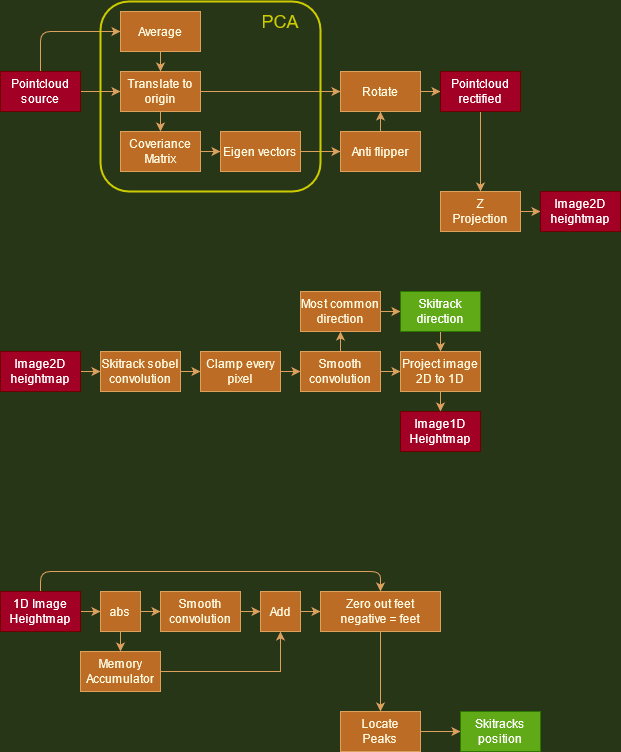
KenthJohan/lidar_skitrack keeps this draw.io diagram as skitrackalg.png. Above is the earlier version. Source tidied: cells renumbered, new cells last; positions are measured from the earlier drawing's top-left corner, leaving out a move shared by most shapes.
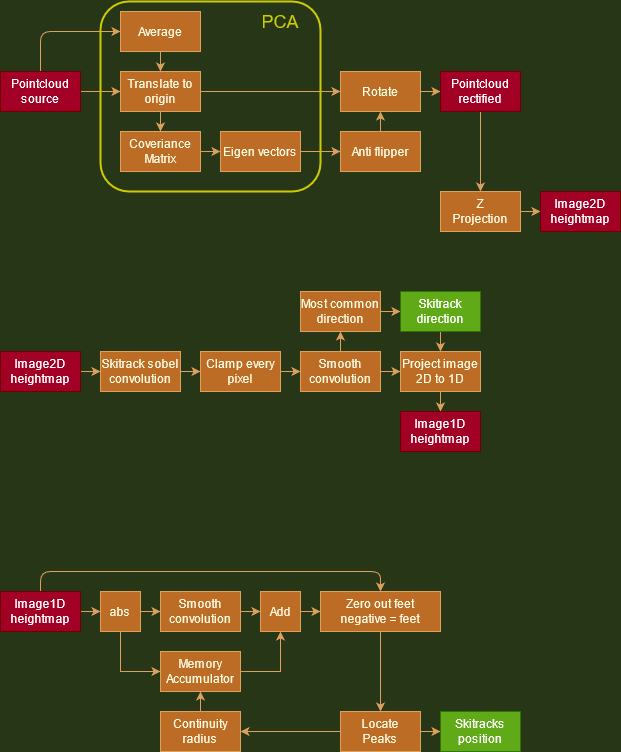
Later version of the same file.

Diff of the diagram source:
```diff
@@ -101,7 +101,7 @@
     <mxCell id="34" value="Skitrack&lt;br&gt;direction" style="rounded=0;whiteSpace=wrap;html=1;strokeColor=#2D7600;fontColor=#ffffff;fillColor=#60a917;" parent="1" vertex="1">
       <mxGeometry x="400" y="290" width="80" height="40" as="geometry" />
     </mxCell>
-    <mxCell id="35" value="Image1D&lt;br&gt;Heightmap" style="rounded=0;whiteSpace=wrap;html=1;fillColor=#a20025;strokeColor=#6F0000;fontColor=#ffffff;" parent="1" vertex="1">
+    <mxCell id="35" value="Image1D&lt;br&gt;heightmap" style="rounded=0;whiteSpace=wrap;html=1;fillColor=#a20025;strokeColor=#6F0000;fontColor=#ffffff;" parent="1" vertex="1">
       <mxGeometry x="400" y="410" width="80" height="40" as="geometry" />
     </mxCell>
     <mxCell id="36" style="edgeStyle=orthogonalEdgeStyle;curved=0;rounded=1;sketch=0;jettySize=auto;html=1;exitX=1;exitY=0.5;exitDx=0;exitDy=0;entryX=0;entryY=0.5;entryDx=0;entryDy=0;strokeColor=#DDA15E;fillColor=#BC6C25;fontColor=#FEFAE0;" parent="1" edge="1" source="38" target="44">
@@ -110,7 +110,7 @@
     <mxCell id="37" style="edgeStyle=orthogonalEdgeStyle;curved=0;rounded=1;sketch=0;jettySize=auto;html=1;exitX=0.5;exitY=0;exitDx=0;exitDy=0;entryX=0.5;entryY=0;entryDx=0;entryDy=0;strokeColor=#DDA15E;fillColor=#BC6C25;fontColor=#FEFAE0;" parent="1" edge="1" source="38" target="52">
       <mxGeometry relative="1" as="geometry" />
     </mxCell>
-    <mxCell id="38" value="1D Image&lt;br&gt;Heightmap" style="rounded=0;whiteSpace=wrap;html=1;fillColor=#a20025;strokeColor=#6F0000;fontColor=#ffffff;" parent="1" vertex="1">
+    <mxCell id="38" value="Image1D&lt;br&gt;heightmap" style="rounded=0;whiteSpace=wrap;html=1;fillColor=#a20025;strokeColor=#6F0000;fontColor=#ffffff;" parent="1" vertex="1">
       <mxGeometry y="590" width="80" height="40" as="geometry" />
     </mxCell>
     <mxCell id="39" style="edgeStyle=orthogonalEdgeStyle;rounded=0;jettySize=auto;html=1;exitX=1;exitY=0.5;exitDx=0;exitDy=0;entryX=0;entryY=0.5;entryDx=0;entryDy=0;strokeColor=#DDA15E;" parent="1" edge="1" source="40" target="41">
@@ -125,7 +125,7 @@
     <mxCell id="42" style="edgeStyle=orthogonalEdgeStyle;curved=0;rounded=1;sketch=0;jettySize=auto;html=1;exitX=1;exitY=0.5;exitDx=0;exitDy=0;entryX=0;entryY=0.5;entryDx=0;entryDy=0;strokeColor=#DDA15E;fillColor=#BC6C25;fontColor=#FEFAE0;" parent="1" edge="1" source="44" target="46">
       <mxGeometry relative="1" as="geometry" />
     </mxCell>
-    <mxCell id="43" style="edgeStyle=orthogonalEdgeStyle;curved=0;rounded=1;sketch=0;jettySize=auto;html=1;exitX=0.5;exitY=1;exitDx=0;exitDy=0;entryX=0.5;entryY=0;entryDx=0;entryDy=0;strokeColor=#DDA15E;fillColor=#BC6C25;fontColor=#FEFAE0;" parent="1" edge="1" source="44" target="48">
+    <mxCell id="43" style="edgeStyle=orthogonalEdgeStyle;rounded=0;jettySize=auto;html=1;exitX=0.5;exitY=1;exitDx=0;exitDy=0;entryX=0;entryY=0.5;entryDx=0;entryDy=0;strokeColor=#DDA15E;" parent="1" edge="1" source="44" target="48">
       <mxGeometry relative="1" as="geometry" />
     </mxCell>
     <mxCell id="44" value="abs" style="rounded=0;whiteSpace=wrap;html=1;fillColor=#BC6C25;strokeColor=#DDA15E;fontColor=#FEFAE0;" parent="1" vertex="1">
@@ -141,7 +141,7 @@
       <mxGeometry relative="1" as="geometry" />
     </mxCell>
     <mxCell id="48" value="Memory&lt;br&gt;Accumulator" style="rounded=0;whiteSpace=wrap;html=1;fillColor=#BC6C25;strokeColor=#DDA15E;fontColor=#FEFAE0;" parent="1" vertex="1">
-      <mxGeometry x="80" y="650" width="80" height="40" as="geometry" />
+      <mxGeometry x="160" y="650" width="80" height="40" as="geometry" />
     </mxCell>
     <mxCell id="49" style="edgeStyle=orthogonalEdgeStyle;rounded=0;jettySize=auto;html=1;exitX=1;exitY=0.5;exitDx=0;exitDy=0;entryX=0;entryY=0.5;entryDx=0;entryDy=0;strokeColor=#DDA15E;" parent="1" edge="1" source="50" target="52">
       <mxGeometry relative="1" as="geometry" />
@@ -158,11 +158,14 @@
     <mxCell id="53" style="edgeStyle=orthogonalEdgeStyle;rounded=0;jettySize=auto;html=1;exitX=1;exitY=0.5;exitDx=0;exitDy=0;entryX=0;entryY=0.5;entryDx=0;entryDy=0;strokeColor=#DDA15E;" parent="1" edge="1" source="54" target="55">
       <mxGeometry relative="1" as="geometry" />
     </mxCell>
+    <mxCell id="58" style="edgeStyle=orthogonalEdgeStyle;rounded=0;jettySize=auto;html=1;exitX=0;exitY=0.5;exitDx=0;exitDy=0;entryX=1;entryY=0.5;entryDx=0;entryDy=0;strokeColor=#DDA15E;" parent="1" edge="1" source="54" target="60">
+      <mxGeometry relative="1" as="geometry" />
+    </mxCell>
     <mxCell id="54" value="Locate&lt;br&gt;Peaks" style="rounded=0;whiteSpace=wrap;html=1;fillColor=#BC6C25;strokeColor=#DDA15E;fontColor=#FEFAE0;" parent="1" vertex="1">
       <mxGeometry x="340" y="710" width="80" height="40" as="geometry" />
     </mxCell>
     <mxCell id="55" value="Skitracks position" style="rounded=0;whiteSpace=wrap;html=1;fillColor=#60a917;strokeColor=#2D7600;fontColor=#ffffff;" parent="1" vertex="1">
-      <mxGeometry x="460" y="710" width="80" height="40" as="geometry" />
+      <mxGeometry x="440" y="710" width="80" height="40" as="geometry" />
     </mxCell>
     <mxCell id="56" style="rounded=1;whiteSpace=wrap;html=1;shadow=0;glass=0;sketch=0;strokeColor=#CCCC00;strokeWidth=2;fillColor=none;fontColor=#FEFAE0;" parent="1" vertex="1">
       <mxGeometry x="100" width="220" height="190" as="geometry" />
@@ -170,5 +173,11 @@
     <mxCell id="57" value="PCA" style="text;html=1;strokeColor=none;fillColor=none;align=center;verticalAlign=middle;whiteSpace=wrap;rounded=0;shadow=0;glass=0;sketch=0;fontColor=#CCCC00;fontSize=18;" parent="1" vertex="1">
       <mxGeometry x="260" y="10" width="40" height="20" as="geometry" />
     </mxCell>
+    <mxCell id="59" style="edgeStyle=orthogonalEdgeStyle;rounded=0;jettySize=auto;html=1;exitX=0.5;exitY=0;exitDx=0;exitDy=0;entryX=0.5;entryY=1;entryDx=0;entryDy=0;strokeColor=#DDA15E;" parent="1" edge="1" source="60" target="48">
+      <mxGeometry relative="1" as="geometry" />
+    </mxCell>
+    <mxCell id="60" value="Continuity&lt;br&gt;radius" style="rounded=0;whiteSpace=wrap;html=1;fillColor=#BC6C25;strokeColor=#DDA15E;fontColor=#FEFAE0;" parent="1" vertex="1">
+      <mxGeometry x="160" y="710" width="80" height="40" as="geometry" />
+    </mxCell>
   </root>
 </mxGraphModel>
```
